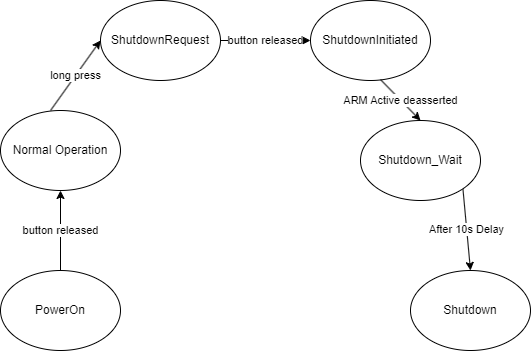
This is documentation/power manager state diagram.png from laurencebarker/Saturn-power-manager, a draw.io export, as it was before one commit. Source tidied: cells renumbered, new cells last; positions are measured from the earlier drawing's top-left corner, leaving out a move shared by most shapes.
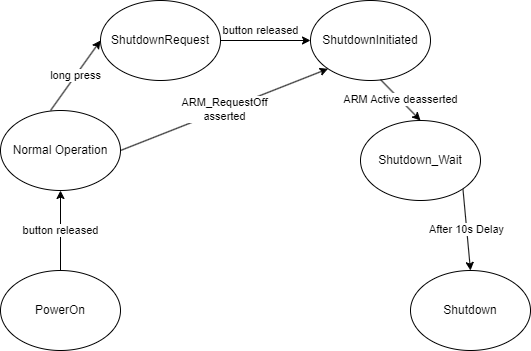
After the commit.

Diff of the diagram source:
```diff
@@ -24,7 +24,7 @@
       <mxGeometry relative="1" as="geometry" />
     </mxCell>
     <mxCell id="9" value="button released" style="endArrow=classic;html=1;rounded=0;exitX=1;exitY=0.5;exitDx=0;exitDy=0;entryX=0;entryY=0.5;entryDx=0;entryDy=0;" parent="1" edge="1" source="4" target="5">
-      <mxGeometry relative="1" as="geometry" />
+      <mxGeometry x="-0.11" y="10" relative="1" as="geometry" />
     </mxCell>
     <mxCell id="10" value="After 10s Delay" style="endArrow=classic;html=1;rounded=0;entryX=0.5;entryY=0;entryDx=0;entryDy=0;exitX=1;exitY=1;exitDx=0;exitDy=0;" parent="1" edge="1" source="11" target="6">
       <mxGeometry relative="1" as="geometry" />
@@ -35,5 +35,8 @@
     <mxCell id="12" value="ARM Active deasserted" style="endArrow=classic;html=1;rounded=0;entryX=0.5;entryY=0;entryDx=0;entryDy=0;exitX=0.583;exitY=0.988;exitDx=0;exitDy=0;exitPerimeter=0;" parent="1" edge="1" source="5" target="11">
       <mxGeometry relative="1" as="geometry" />
     </mxCell>
+    <mxCell id="13" value="ARM_RequestOff &lt;br&gt;asserted" style="endArrow=classic;html=1;rounded=0;exitX=1;exitY=0.5;exitDx=0;exitDy=0;entryX=0;entryY=1;entryDx=0;entryDy=0;endFill=1;" parent="1" edge="1" source="3" target="5">
+      <mxGeometry relative="1" as="geometry" />
+    </mxCell>
   </root>
 </mxGraphModel>
```
